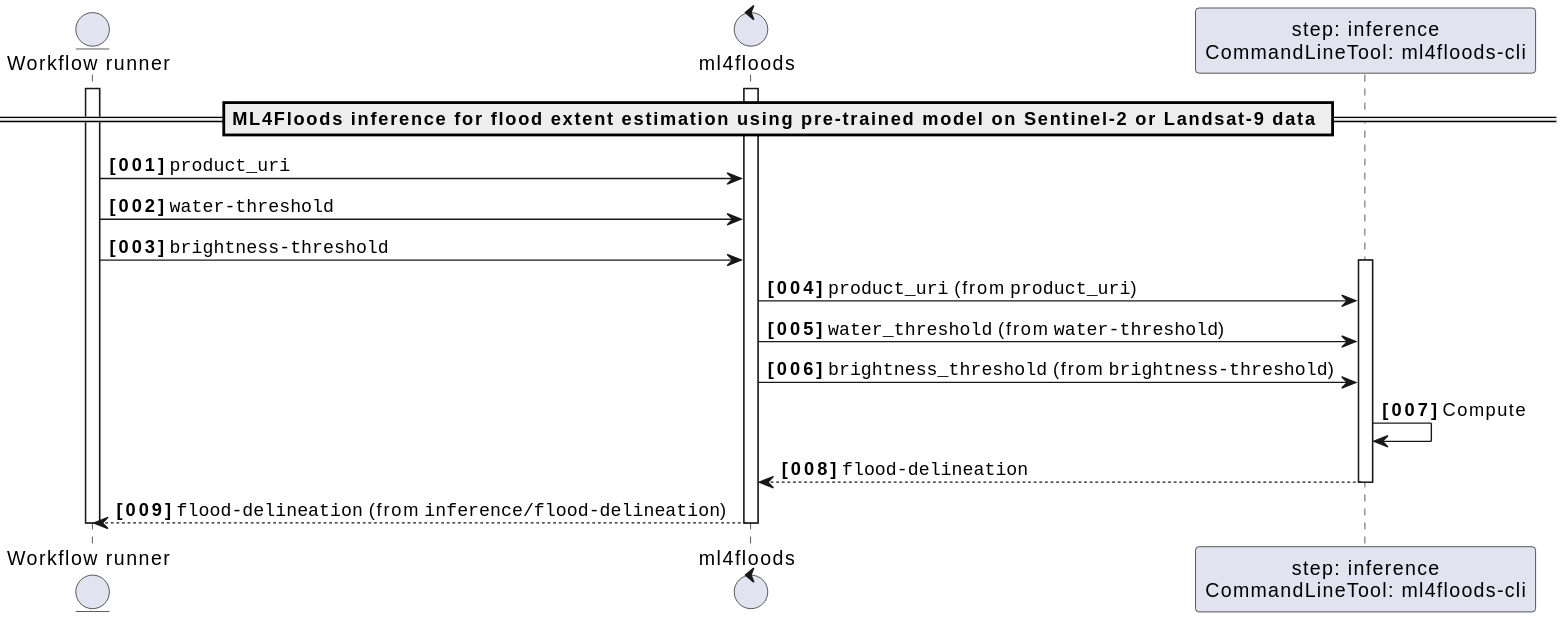
This is docs/ml4floods/sequence.svg from eoap/app-ml4floods, a PlantUML export, as it was before one commit. The source it was exported from:
```plantuml
@startuml

autonumber "<b>[000]"



entity "Workflow runner" as wfrunner
activate wfrunner



== ML4Floods inference for flood extent estimation using pre-trained model on Sentinel-2 or Landsat-9 data ==
control "ml4floods" as ml4floods_or
activate ml4floods_or


wfrunner -> ml4floods_or : ""product_uri""

wfrunner -> ml4floods_or : ""water-threshold""

wfrunner -> ml4floods_or : ""brightness-threshold""







participant "step: inference\nCommandLineTool: ml4floods-cli" as inference
activate inference



ml4floods_or -> inference : ""product_uri"" (from ""product_uri"")



ml4floods_or -> inference : ""water_threshold"" (from ""water-threshold"")



ml4floods_or -> inference : ""brightness_threshold"" (from ""brightness-threshold"")



inference -> inference : Compute


ml4floods_or <-- inference : ""flood-delineation""


deactivate inference







wfrunner <-- ml4floods_or : ""flood-delineation"" (from ""inference/flood-delineation"")



deactivate ml4floods_or


deactivate wfrunner
@enduml
```
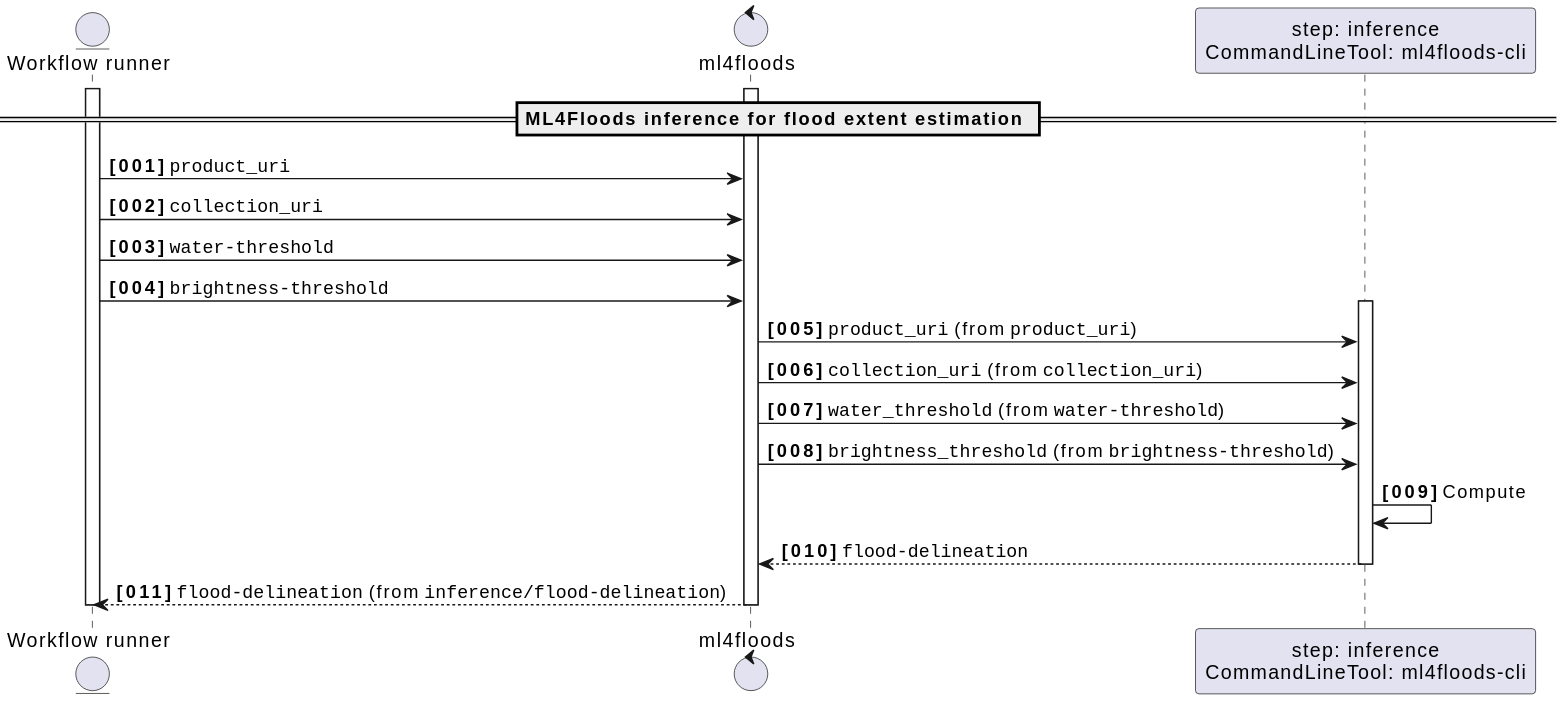
Later version of the same file.

Commit message:
adds collection uri

Diff of the diagram source:
```diff
@@ -9,12 +9,14 @@
 
 
 
-== ML4Floods inference for flood extent estimation using pre-trained model on Sentinel-2 or Landsat-9 data ==
+== ML4Floods inference for flood extent estimation ==
 control "ml4floods" as ml4floods_or
 activate ml4floods_or
 
 
 wfrunner -> ml4floods_or : ""product_uri""
+
+wfrunner -> ml4floods_or : ""collection_uri""
 
 wfrunner -> ml4floods_or : ""water-threshold""
 
@@ -32,6 +34,10 @@
 
 
 ml4floods_or -> inference : ""product_uri"" (from ""product_uri"")
+
+
+
+ml4floods_or -> inference : ""collection_uri"" (from ""collection_uri"")
 
 
 
```
